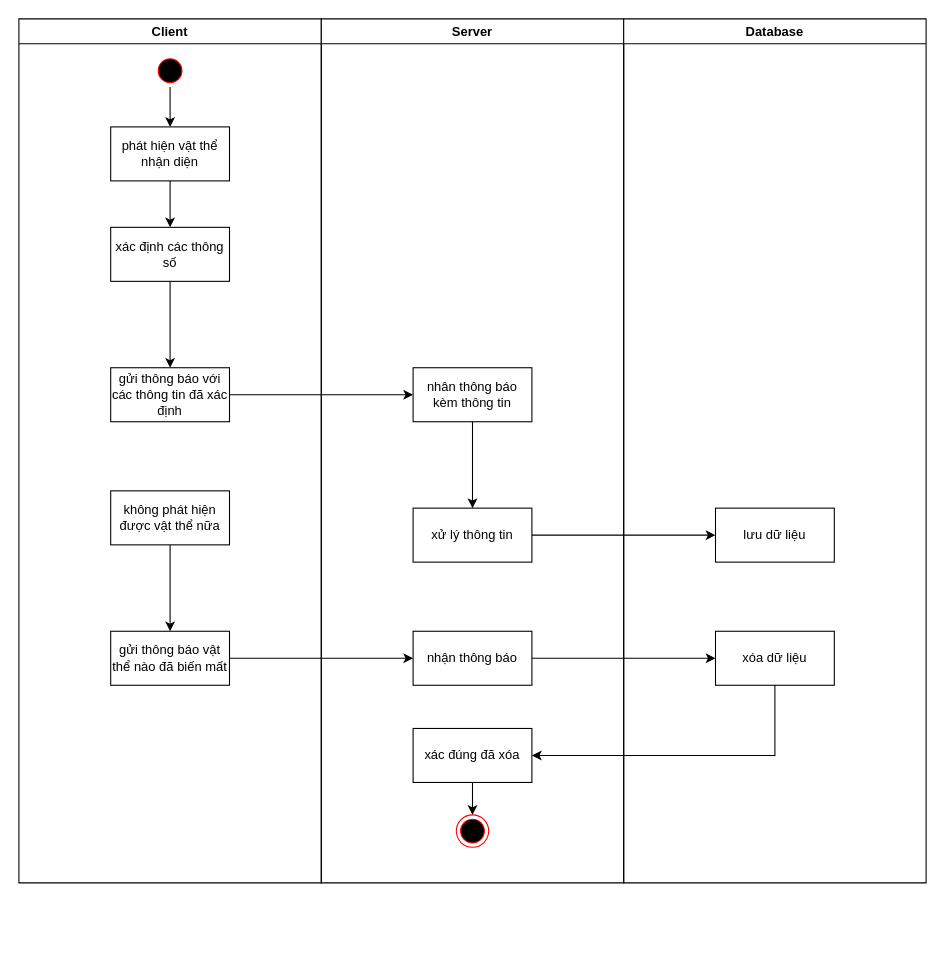
Earlier version of the draw.io diagram page "Trang-2" (2 of 4) of Biểu đồ không có tiêu đề.drawio (LTDat-HustK65/GP_main_system). Source tidied: cells renumbered, new cells numbered last; positions are measured from the earlier drawing's top-left corner, leaving out a move shared by most shapes. Both pictures are drawn from the tidied source at 108%, with x=0, y=0 at pixel (18, 18).
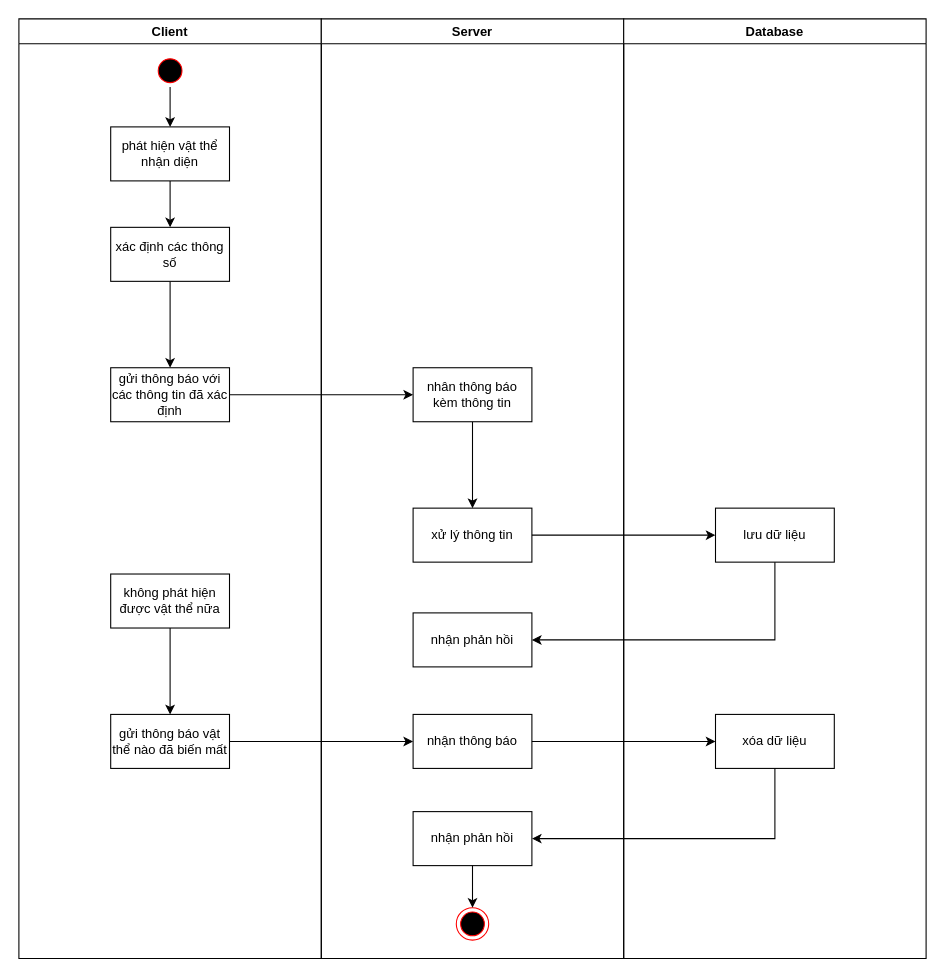
After the change.

Unchanged cells that the change refers to:
```xml
<mxCell id="22" value="lưu dữ liệu" style="html=1;whiteSpace=wrap;" parent="21" vertex="1">
  <mxGeometry x="85" y="453" width="110" height="50" as="geometry" />
</mxCell>
```

What changed in the source:
```diff
@@
     <mxCell id="2" value="Client" style="swimlane;whiteSpace=wrap;" parent="1" vertex="1">
-      <mxGeometry width="280" height="800" as="geometry" />
+      <mxGeometry width="280" height="870" as="geometry" />
     </mxCell>
@@
     <mxCell id="11" value="không phát hiện được vật thể nữa" style="html=1;whiteSpace=wrap;" parent="2" vertex="1">
-      <mxGeometry x="85" y="437" width="110" height="50" as="geometry" />
+      <mxGeometry x="85" y="514" width="110" height="50" as="geometry" />
     </mxCell>
     <mxCell id="12" value="gửi thông báo vật thể nào đã biến mất" style="html=1;whiteSpace=wrap;" parent="2" vertex="1">
-      <mxGeometry x="85" y="567" width="110" height="50" as="geometry" />
+      <mxGeometry x="85" y="644" width="110" height="50" as="geometry" />
     </mxCell>
     <mxCell id="13" value="Server" style="swimlane;whiteSpace=wrap;" parent="1" vertex="1">
-      <mxGeometry x="280" width="280" height="800" as="geometry" />
+      <mxGeometry x="280" width="280" height="870" as="geometry" />
     </mxCell>
@@
     <mxCell id="17" value="nhận thông báo" style="html=1;whiteSpace=wrap;" parent="13" vertex="1">
-      <mxGeometry x="85" y="567" width="110" height="50" as="geometry" />
+      <mxGeometry x="85" y="644" width="110" height="50" as="geometry" />
     </mxCell>
-    <mxCell id="18" value="xác đúng đã xóa" style="html=1;whiteSpace=wrap;" parent="13" vertex="1">
-      <mxGeometry x="85" y="657" width="110" height="50" as="geometry" />
+    <mxCell id="18" value="nhận phản hồi" style="html=1;whiteSpace=wrap;" parent="13" vertex="1">
+      <mxGeometry x="85" y="734" width="110" height="50" as="geometry" />
     </mxCell>
     <mxCell id="19" style="ellipse;html=1;shape=endState;fillColor=#000000;strokeColor=#ff0000;" parent="13" vertex="1">
-      <mxGeometry x="125" y="737" width="30" height="30" as="geometry" />
+      <mxGeometry x="125" y="823" width="30" height="30" as="geometry" />
     </mxCell>
@@
+    <mxCell id="29" value="nhận phản hồi" style="html=1;whiteSpace=wrap;" parent="13" vertex="1">
+      <mxGeometry x="85" y="550" width="110" height="50" as="geometry" />
+    </mxCell>
     <mxCell id="21" value="Database" style="swimlane;whiteSpace=wrap;" parent="1" vertex="1">
-      <mxGeometry x="560" width="280" height="800" as="geometry" />
+      <mxGeometry x="560" width="280" height="870" as="geometry" />
     </mxCell>
@@
     <mxCell id="23" value="xóa dữ liệu" style="html=1;whiteSpace=wrap;" parent="21" vertex="1">
-      <mxGeometry x="85" y="567" width="110" height="50" as="geometry" />
+      <mxGeometry x="85" y="644" width="110" height="50" as="geometry" />
     </mxCell>
@@
+    <mxCell id="30" style="edgeStyle=orthogonalEdgeStyle;rounded=0;jettySize=auto;html=1;exitX=0.5;exitY=1;exitDx=0;exitDy=0;entryX=1;entryY=0.5;entryDx=0;entryDy=0;" parent="1" edge="1" source="22" target="29">
+      <mxGeometry relative="1" as="geometry" />
+    </mxCell>
```
